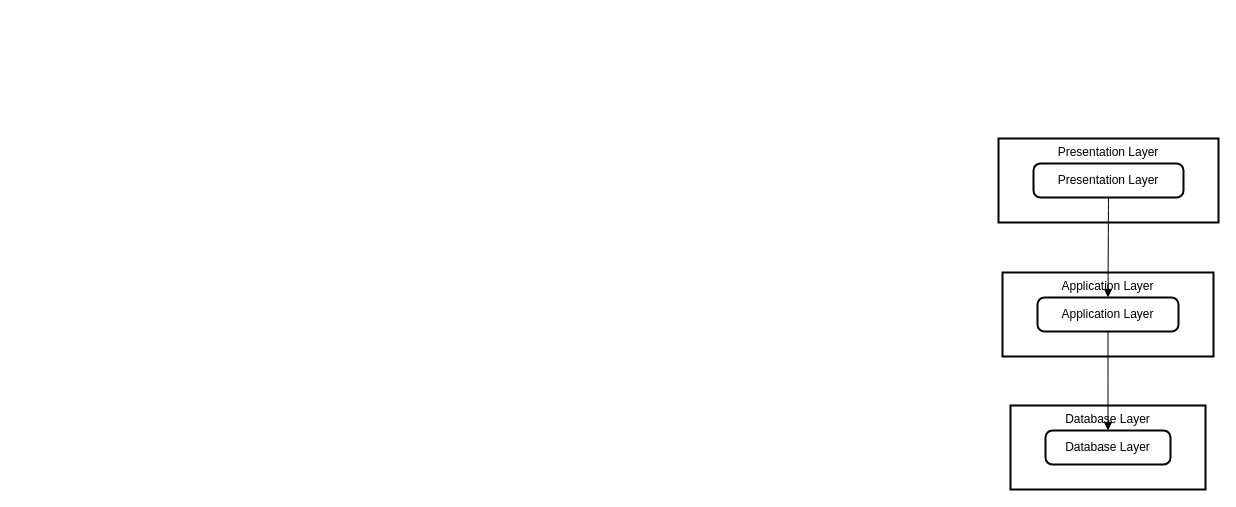
Earlier version of the draw.io diagram Untitled Diagram.drawio (TheDemantor/drwa.io). Source tidied: cells renumbered, new cells numbered last; positions are measured from the earlier drawing's top-left corner, leaving out a move shared by most shapes. Both pictures are drawn from the tidied source at 100%, with x=0, y=0 at pixel (998, 138).
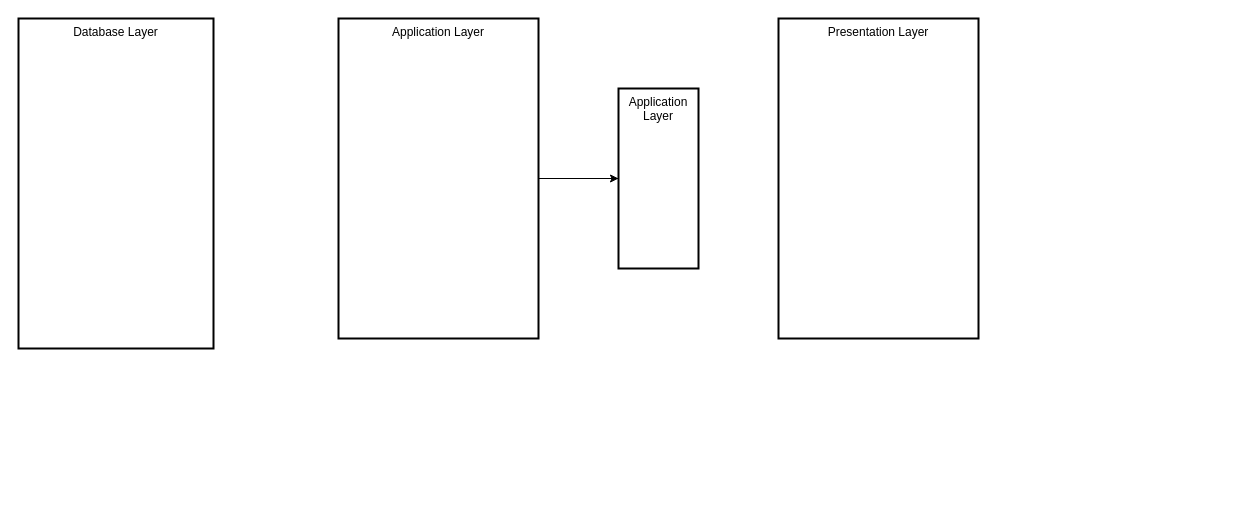
The same diagram, later.

What changed in the source:
```diff
@@
 <mxGraphModel>
   <root>
     <mxCell id="0" />
     <mxCell id="1" parent="0" />
     <mxCell id="2" value="Database Layer" style="whiteSpace=wrap;strokeWidth=2;verticalAlign=top;" parent="1" vertex="1">
-      <mxGeometry x="12" y="267" width="195" height="84" as="geometry" />
+      <mxGeometry x="-980" y="-120" width="195" height="330" as="geometry" />
     </mxCell>
-    <mxCell id="3" value="Database Layer" style="rounded=1;absoluteArcSize=1;arcSize=14;whiteSpace=wrap;strokeWidth=2;" parent="1" vertex="1">
-      <mxGeometry x="47" y="292" width="125" height="34" as="geometry" />
-    </mxCell>
+    <mxCell id="10" style="edgeStyle=orthogonalEdgeStyle;rounded=0;jettySize=auto;html=1;" parent="1" edge="1" source="4">
+      <mxGeometry relative="1" as="geometry">
+        <mxPoint x="-340" y="40" as="targetPoint" />
+      </mxGeometry>
+    </mxCell>
+    <mxCell id="11" style="edgeStyle=orthogonalEdgeStyle;rounded=0;jettySize=auto;html=1;" parent="1" edge="1" source="4" target="5">
+      <mxGeometry relative="1" as="geometry" />
+    </mxCell>
     <mxCell id="4" value="Application Layer" style="whiteSpace=wrap;strokeWidth=2;verticalAlign=top;" parent="1" vertex="1">
-      <mxGeometry x="4" y="134" width="211" height="84" as="geometry" />
+      <mxGeometry x="-660" y="-120" width="200" height="320" as="geometry" />
     </mxCell>
+    <mxCell id="6" value="Presentation Layer" style="whiteSpace=wrap;strokeWidth=2;verticalAlign=top;" parent="1" vertex="1">
+      <mxGeometry x="-220" y="-120" width="200" height="320" as="geometry" />
+    </mxCell>
-    <mxCell id="5" value="Application Layer" style="rounded=1;absoluteArcSize=1;arcSize=14;whiteSpace=wrap;strokeWidth=2;" parent="1" vertex="1">
-      <mxGeometry x="39" y="159" width="141" height="34" as="geometry" />
+    <mxCell id="5" value="Application Layer" style="whiteSpace=wrap;strokeWidth=2;verticalAlign=top;" parent="1" vertex="1">
+      <mxGeometry x="-380" y="-50" width="80" height="180" as="geometry" />
     </mxCell>
-    <mxCell id="6" value="Presentation Layer" style="whiteSpace=wrap;strokeWidth=2;verticalAlign=top;" parent="1" vertex="1">
-      <mxGeometry width="220" height="84" as="geometry" />
-    </mxCell>
-    <mxCell id="7" value="Presentation Layer" style="rounded=1;absoluteArcSize=1;arcSize=14;whiteSpace=wrap;strokeWidth=2;" parent="1" vertex="1">
-      <mxGeometry x="35" y="25" width="150" height="34" as="geometry" />
-    </mxCell>
-    <mxCell id="8" style="curved=1;startArrow=none;endArrow=block;exitX=0.5;exitY=0.99;entryX=0.5;entryY=-0.01;" parent="1" edge="1" source="7" target="5">
-      <mxGeometry relative="1" as="geometry" />
-    </mxCell>
-    <mxCell id="9" style="curved=1;startArrow=none;endArrow=block;exitX=0.5;exitY=0.98;entryX=0.5;entryY=0.01;" parent="1" edge="1" source="5" target="3">
-      <mxGeometry relative="1" as="geometry" />
-    </mxCell>
   </root>
 </mxGraphModel>
```
